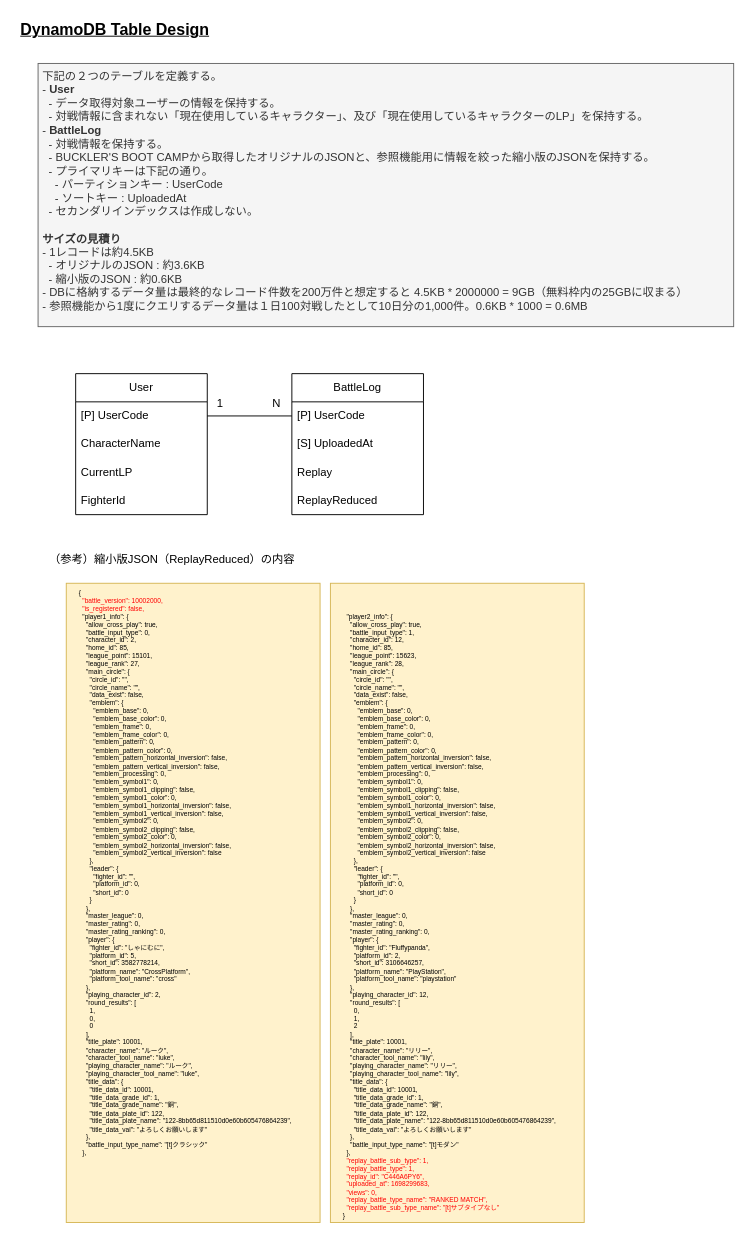
kthub/sf6viewer keeps this draw.io diagram as page "DB Design" (2 of 3) of doc/pic/sf6viewer.drawio. Above is the earlier version. Source tidied: cells renumbered, new cells numbered last; positions are measured from the earlier drawing's top-left corner, leaving out a move shared by most shapes. Both pictures are drawn from the tidied source at 94%, with x=0, y=0 at pixel (16, 16).
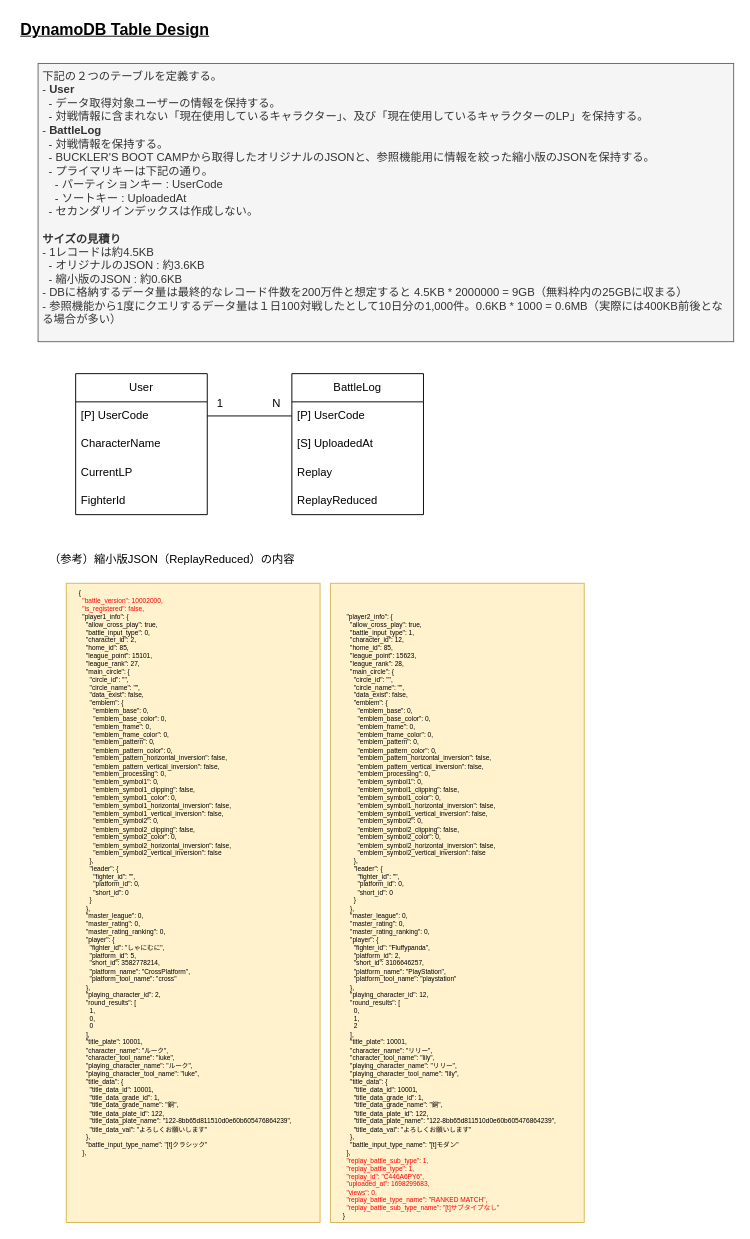
Above is the later version.

Diff of the diagram source:
```diff
@@
-    <mxCell id="2" value="下記の２つのテーブルを定義する。&lt;br&gt;- &lt;b&gt;User&lt;/b&gt;&lt;br&gt;&amp;nbsp; - データ取得対象ユーザーの情報を保持する。&lt;br&gt;&amp;nbsp; - 対戦情報に含まれない「現在使用しているキャラクター」、及び「現在使用しているキャラクターのLP」を保持する。&lt;br&gt;- &lt;b&gt;BattleLog&lt;/b&gt;&lt;br&gt;&amp;nbsp; - 対戦情報を保持する。&lt;br&gt;&amp;nbsp; - BUCKLER'S BOOT CAMPから取得したオリジナルのJSONと、参照機能用に情報を絞った縮小版のJSONを保持する。&lt;br&gt;&amp;nbsp; - プライマリキーは下記の通り。&lt;br&gt;&amp;nbsp; &amp;nbsp; - パーティションキー : UserCode&lt;br&gt;&amp;nbsp; &amp;nbsp; - ソートキー : UploadedAt&lt;br&gt;&amp;nbsp; - セカンダリインデックスは作成しない。&lt;br&gt;&lt;br&gt;&lt;b&gt;サイズの見積り&lt;/b&gt;&lt;br&gt;- 1レコードは約4.5KB&lt;br&gt;&amp;nbsp; - オリジナルのJSON : 約3.6KB&lt;br&gt;&amp;nbsp; - 縮小版のJSON : 約0.6KB&lt;br&gt;- DBに格納するデータ量は最終的なレコード件数を200万件と想定すると 4.5KB * 2000000 = 9GB（無料枠内の25GBに収まる）&lt;br&gt;- 参照機能から1度にクエリするデータ量は１日100対戦したとして10日分の1,000件。0.6KB * 1000 = 0.6MB" style="text;html=1;strokeColor=#666666;fillColor=#f5f5f5;align=left;verticalAlign=top;whiteSpace=wrap;rounded=0;fontColor=#333333;spacingLeft=3;" parent="1" vertex="1">
-      <mxGeometry x="23" y="50" width="740" height="280" as="geometry" />
+    <mxCell id="2" value="下記の２つのテーブルを定義する。&lt;br&gt;- &lt;b&gt;User&lt;/b&gt;&lt;br&gt;&amp;nbsp; - データ取得対象ユーザーの情報を保持する。&lt;br&gt;&amp;nbsp; - 対戦情報に含まれない「現在使用しているキャラクター」、及び「現在使用しているキャラクターのLP」を保持する。&lt;br&gt;- &lt;b&gt;BattleLog&lt;/b&gt;&lt;br&gt;&amp;nbsp; - 対戦情報を保持する。&lt;br&gt;&amp;nbsp; - BUCKLER'S BOOT CAMPから取得したオリジナルのJSONと、参照機能用に情報を絞った縮小版のJSONを保持する。&lt;br&gt;&amp;nbsp; - プライマリキーは下記の通り。&lt;br&gt;&amp;nbsp; &amp;nbsp; - パーティションキー : UserCode&lt;br&gt;&amp;nbsp; &amp;nbsp; - ソートキー : UploadedAt&lt;br&gt;&amp;nbsp; - セカンダリインデックスは作成しない。&lt;br&gt;&lt;br&gt;&lt;b&gt;サイズの見積り&lt;/b&gt;&lt;br&gt;- 1レコードは約4.5KB&lt;br&gt;&amp;nbsp; - オリジナルのJSON : 約3.6KB&lt;br&gt;&amp;nbsp; - 縮小版のJSON : 約0.6KB&lt;br&gt;- DBに格納するデータ量は最終的なレコード件数を200万件と想定すると 4.5KB * 2000000 = 9GB（無料枠内の25GBに収まる）&lt;br&gt;- 参照機能から1度にクエリするデータ量は１日100対戦したとして10日分の1,000件。0.6KB * 1000 = 0.6MB（実際には400KB前後となる場合が多い）" style="text;html=1;strokeColor=#666666;fillColor=#f5f5f5;align=left;verticalAlign=top;whiteSpace=wrap;rounded=0;fontColor=#333333;spacingLeft=3;" parent="1" vertex="1">
+      <mxGeometry x="23" y="50" width="740" height="296" as="geometry" />
     </mxCell>
```
